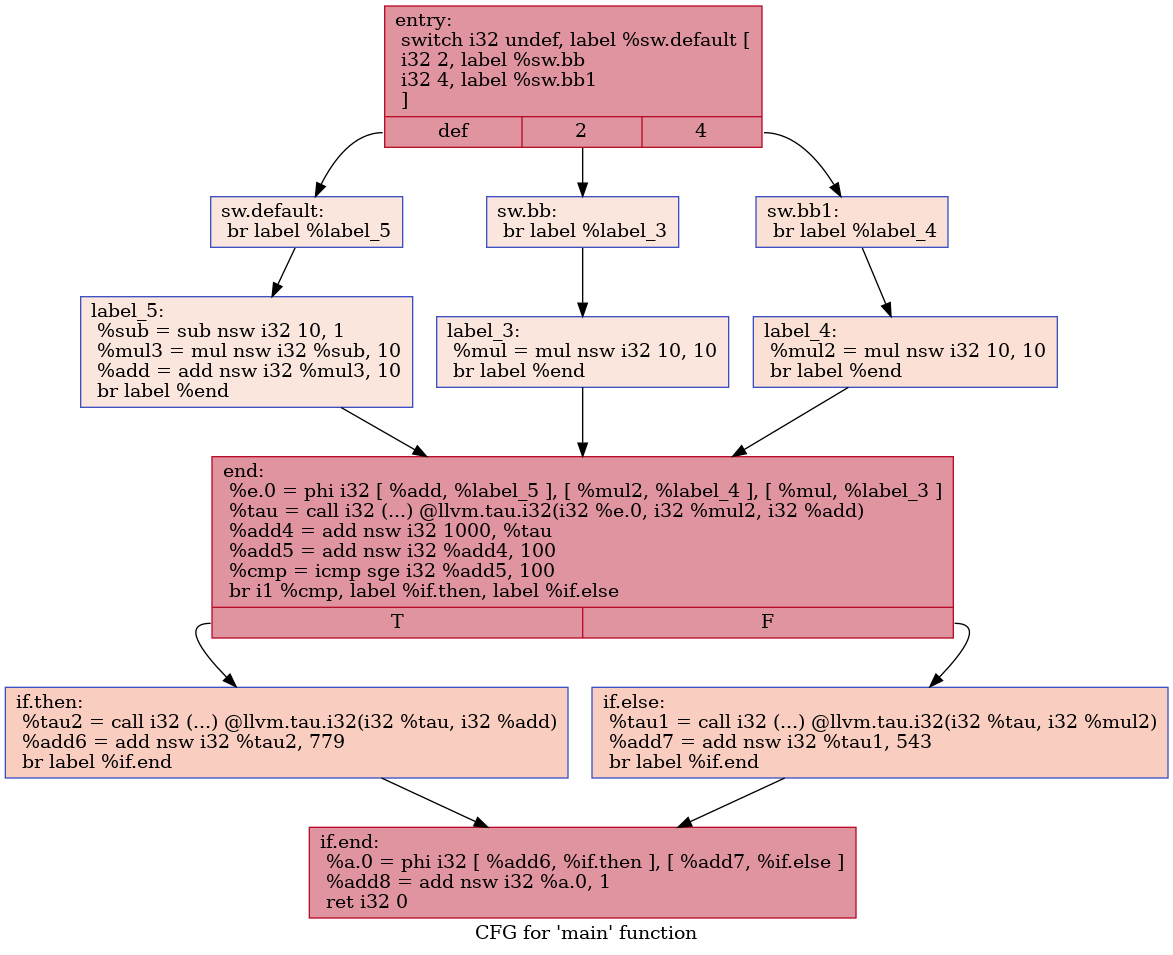
Above: IR/cfg/afterHPSSA.dot.png in HPSSA-LLVM/HPSSA-LLVM (Graphviz), before the change. Its source is kept beside it as IR/cfg/afterHPSSA.dot.
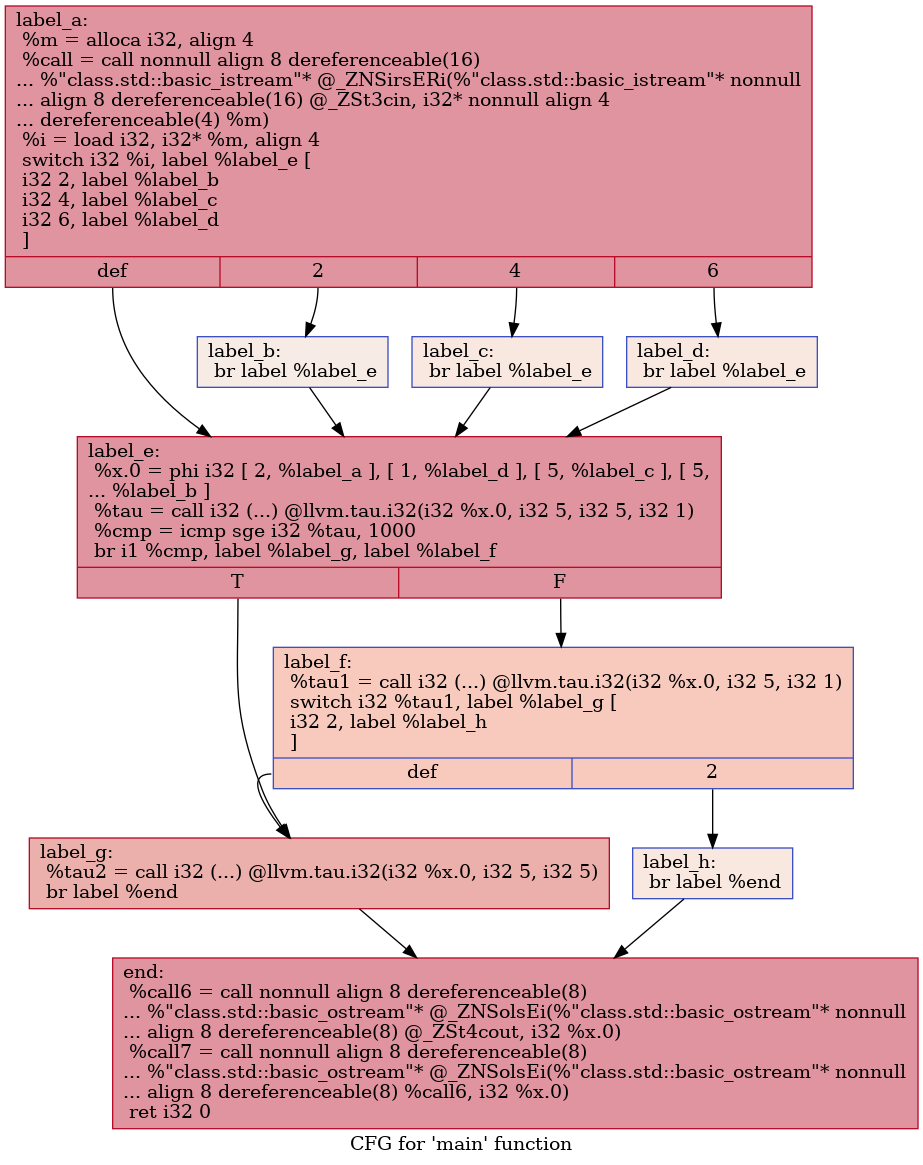
After the commit.

What changed in the source:
```diff
@@ -1,28 +1,26 @@
 digraph "CFG for 'main' function" {
 	label="CFG for 'main' function";
 
-	Node0x5593e260f9d0 [shape=record,color="#b70d28ff", style=filled, fillcolor="#b70d2870",label="{entry:\l  switch i32 undef, label %sw.default [\l    i32 2, label %sw.bb\l    i32 4, label %sw.bb1\l  ]\l|{<s0>def|<s1>2|<s2>4}}"];
-	Node0x5593e260f9d0:s0 -> Node0x5593e260ff30;
-	Node0x5593e260f9d0:s1 -> Node0x5593e260ffb0;
-	Node0x5593e260f9d0:s2 -> Node0x5593e2610050;
-	Node0x5593e260ffb0 [shape=record,color="#3d50c3ff", style=filled, fillcolor="#f3c7b170",label="{sw.bb:                                            \l  br label %label_3\l}"];
-	Node0x5593e260ffb0 -> Node0x5593e26101e0;
-	Node0x5593e2610050 [shape=record,color="#3d50c3ff", style=filled, fillcolor="#f7bca170",label="{sw.bb1:                                           \l  br label %label_4\l}"];
-	Node0x5593e2610050 -> Node0x5593e26102c0;
-	Node0x5593e260ff30 [shape=record,color="#3d50c3ff", style=filled, fillcolor="#f3c7b170",label="{sw.default:                                       \l  br label %label_5\l}"];
-	Node0x5593e260ff30 -> Node0x5593e26103a0;
-	Node0x5593e26101e0 [shape=record,color="#3d50c3ff", style=filled, fillcolor="#f3c7b170",label="{label_3:                                          \l  %mul = mul nsw i32 10, 10\l  br label %end\l}"];
-	Node0x5593e26101e0 -> Node0x5593e2610560;
-	Node0x5593e26102c0 [shape=record,color="#3d50c3ff", style=filled, fillcolor="#f7bca170",label="{label_4:                                          \l  %mul2 = mul nsw i32 10, 10\l  br label %end\l}"];
-	Node0x5593e26102c0 -> Node0x5593e2610560;
-	Node0x5593e26103a0 [shape=record,color="#3d50c3ff", style=filled, fillcolor="#f3c7b170",label="{label_5:                                          \l  %sub = sub nsw i32 10, 1\l  %mul3 = mul nsw i32 %sub, 10\l  %add = add nsw i32 %mul3, 10\l  br label %end\l}"];
-	Node0x5593e26103a0 -> Node0x5593e2610560;
-	Node0x5593e2610560 [shape=record,color="#b70d28ff", style=filled, fillcolor="#b70d2870",label="{end:                                              \l  %e.0 = phi i32 [ %add, %label_5 ], [ %mul2, %label_4 ], [ %mul, %label_3 ]\l  %tau = call i32 (...) @llvm.tau.i32(i32 %e.0, i32 %mul2, i32 %add)\l  %add4 = add nsw i32 1000, %tau\l  %add5 = add nsw i32 %add4, 100\l  %cmp = icmp sge i32 %add5, 100\l  br i1 %cmp, label %if.then, label %if.else\l|{<s0>T|<s1>F}}"];
-	Node0x5593e2610560:s0 -> Node0x5593e2611040;
-	Node0x5593e2610560:s1 -> Node0x5593e26110b0;
-	Node0x5593e2611040 [shape=record,color="#3d50c3ff", style=filled, fillcolor="#f2907270",label="{if.then:                                          \l  %tau2 = call i32 (...) @llvm.tau.i32(i32 %tau, i32 %add)\l  %add6 = add nsw i32 %tau2, 779\l  br label %if.end\l}"];
-	Node0x5593e2611040 -> Node0x5593e26113e0;
-	Node0x5593e26110b0 [shape=record,color="#3d50c3ff", style=filled, fillcolor="#f2907270",label="{if.else:                                          \l  %tau1 = call i32 (...) @llvm.tau.i32(i32 %tau, i32 %mul2)\l  %add7 = add nsw i32 %tau1, 543\l  br label %if.end\l}"];
-	Node0x5593e26110b0 -> Node0x5593e26113e0;
-	Node0x5593e26113e0 [shape=record,color="#b70d28ff", style=filled, fillcolor="#b70d2870",label="{if.end:                                           \l  %a.0 = phi i32 [ %add6, %if.then ], [ %add7, %if.else ]\l  %add8 = add nsw i32 %a.0, 1\l  ret i32 0\l}"];
+	Node0x55e11deb5f50 [shape=record,color="#b70d28ff", style=filled, fillcolor="#b70d2870",label="{label_a:\l  %m = alloca i32, align 4\l  %call = call nonnull align 8 dereferenceable(16)\l... %\"class.std::basic_istream\"* @_ZNSirsERi(%\"class.std::basic_istream\"* nonnull\l... align 8 dereferenceable(16) @_ZSt3cin, i32* nonnull align 4\l... dereferenceable(4) %m)\l  %i = load i32, i32* %m, align 4\l  switch i32 %i, label %label_e [\l    i32 2, label %label_b\l    i32 4, label %label_c\l    i32 6, label %label_d\l  ]\l|{<s0>def|<s1>2|<s2>4|<s3>6}}"];
+	Node0x55e11deb5f50:s0 -> Node0x55e11deb6390;
+	Node0x55e11deb5f50:s1 -> Node0x55e11deb6490;
+	Node0x55e11deb5f50:s2 -> Node0x55e11deb6590;
+	Node0x55e11deb5f50:s3 -> Node0x55e11deb6690;
+	Node0x55e11deb6490 [shape=record,color="#3d50c3ff", style=filled, fillcolor="#ecd3c570",label="{label_b:                                          \l  br label %label_e\l}"];
+	Node0x55e11deb6490 -> Node0x55e11deb6390;
+	Node0x55e11deb6590 [shape=record,color="#3d50c3ff", style=filled, fillcolor="#f1ccb870",label="{label_c:                                          \l  br label %label_e\l}"];
+	Node0x55e11deb6590 -> Node0x55e11deb6390;
+	Node0x55e11deb6690 [shape=record,color="#3d50c3ff", style=filled, fillcolor="#f1ccb870",label="{label_d:                                          \l  br label %label_e\l}"];
+	Node0x55e11deb6690 -> Node0x55e11deb6390;
+	Node0x55e11deb6390 [shape=record,color="#b70d28ff", style=filled, fillcolor="#b70d2870",label="{label_e:                                          \l  %x.0 = phi i32 [ 2, %label_a ], [ 1, %label_d ], [ 5, %label_c ], [ 5,\l... %label_b ]\l  %tau = call i32 (...) @llvm.tau.i32(i32 %x.0, i32 5, i32 5, i32 1)\l  %cmp = icmp sge i32 %tau, 1000\l  br i1 %cmp, label %label_g, label %label_f\l|{<s0>T|<s1>F}}"];
+	Node0x55e11deb6390:s0 -> Node0x55e11deb6d60;
+	Node0x55e11deb6390:s1 -> Node0x55e11deb6dd0;
+	Node0x55e11deb6dd0 [shape=record,color="#3d50c3ff", style=filled, fillcolor="#ef886b70",label="{label_f:                                          \l  %tau1 = call i32 (...) @llvm.tau.i32(i32 %x.0, i32 5, i32 1)\l  switch i32 %tau1, label %label_g [\l    i32 2, label %label_h\l  ]\l|{<s0>def|<s1>2}}"];
+	Node0x55e11deb6dd0:s0 -> Node0x55e11deb6d60;
+	Node0x55e11deb6dd0:s1 -> Node0x55e11deb7100;
+	Node0x55e11deb6d60 [shape=record,color="#b70d28ff", style=filled, fillcolor="#d24b4070",label="{label_g:                                          \l  %tau2 = call i32 (...) @llvm.tau.i32(i32 %x.0, i32 5, i32 5)\l  br label %end\l}"];
+	Node0x55e11deb6d60 -> Node0x55e11deb72c0;
+	Node0x55e11deb7100 [shape=record,color="#3d50c3ff", style=filled, fillcolor="#f1ccb870",label="{label_h:                                          \l  br label %end\l}"];
+	Node0x55e11deb7100 -> Node0x55e11deb72c0;
+	Node0x55e11deb72c0 [shape=record,color="#b70d28ff", style=filled, fillcolor="#b70d2870",label="{end:                                              \l  %call6 = call nonnull align 8 dereferenceable(8)\l... %\"class.std::basic_ostream\"* @_ZNSolsEi(%\"class.std::basic_ostream\"* nonnull\l... align 8 dereferenceable(8) @_ZSt4cout, i32 %x.0)\l  %call7 = call nonnull align 8 dereferenceable(8)\l... %\"class.std::basic_ostream\"* @_ZNSolsEi(%\"class.std::basic_ostream\"* nonnull\l... align 8 dereferenceable(8) %call6, i32 %x.0)\l  ret i32 0\l}"];
 }
```
